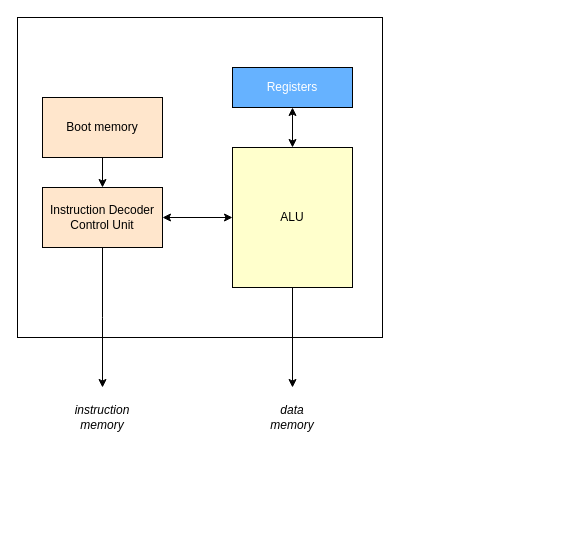
The draw.io diagram page "Overview" (1 of 3) of doc/friscv.drawio in dpretet/friscv, before the edit. Source tidied: cells renumbered, new cells numbered last; positions are measured from the earlier drawing's top-left corner, leaving out a move shared by most shapes. Both pictures are drawn from the tidied source at 100%, with x=0, y=0 at pixel (17, 17).
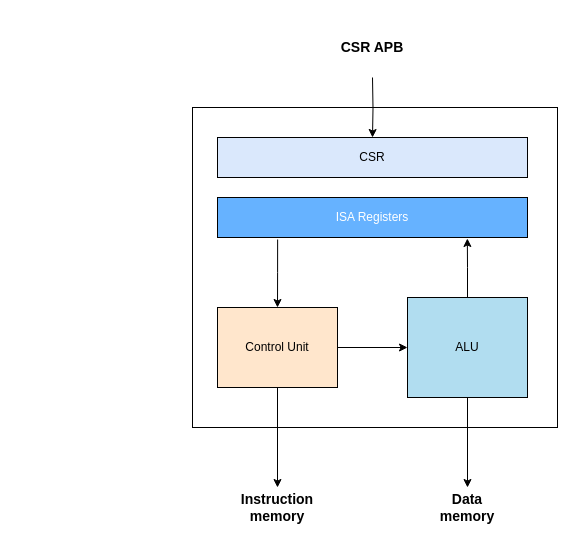
After the change.

Change to the diagram source:
```diff
@@
 <mxGraphModel>
   <root>
     <mxCell id="0" />
     <mxCell id="1" parent="0" />
     <mxCell id="2" style="rounded=0;whiteSpace=wrap;html=1;" parent="1" vertex="1">
-      <mxGeometry width="365" height="320" as="geometry" />
+      <mxGeometry x="175" y="90" width="365" height="320" as="geometry" />
     </mxCell>
-    <mxCell id="3" style="edgeStyle=orthogonalEdgeStyle;rounded=0;jettySize=auto;html=1;startArrow=none;startFill=0;" parent="1" edge="1" source="5">
-      <mxGeometry relative="1" as="geometry">
-        <mxPoint x="275" y="370" as="targetPoint" />
-      </mxGeometry>
+    <mxCell id="3" style="edgeStyle=orthogonalEdgeStyle;rounded=0;jettySize=auto;html=1;startArrow=none;startFill=0;entryX=0.5;entryY=0;entryDx=0;entryDy=0;" parent="1" edge="1" source="5" target="11">
+      <mxGeometry relative="1" as="geometry" />
     </mxCell>
-    <mxCell id="4" style="edgeStyle=orthogonalEdgeStyle;rounded=0;jettySize=auto;html=1;startArrow=classic;startFill=1;endArrow=classic;endFill=1;fontColor=#FFFFFF;" parent="1" edge="1" source="5" target="10">
+    <mxCell id="4" style="edgeStyle=orthogonalEdgeStyle;rounded=0;jettySize=auto;html=1;startArrow=none;startFill=0;endArrow=classic;endFill=1;fontColor=#FFFFFF;entryX=0.806;entryY=1.025;entryDx=0;entryDy=0;entryPerimeter=0;" parent="1" edge="1" source="5" target="10">
       <mxGeometry relative="1" as="geometry" />
     </mxCell>
-    <mxCell id="5" value="ALU" style="rounded=0;whiteSpace=wrap;html=1;fillColor=#FFFFCC;" parent="1" vertex="1">
-      <mxGeometry x="215" y="130" width="120" height="140" as="geometry" />
+    <mxCell id="5" value="ALU" style="rounded=0;whiteSpace=wrap;html=1;fillColor=#b1ddf0;" parent="1" vertex="1">
+      <mxGeometry x="390" y="280" width="120" height="100" as="geometry" />
     </mxCell>
-    <mxCell id="6" style="edgeStyle=orthogonalEdgeStyle;rounded=0;jettySize=auto;html=1;startArrow=classic;startFill=1;" parent="1" edge="1" source="7" target="5">
+    <mxCell id="6" style="edgeStyle=orthogonalEdgeStyle;rounded=0;jettySize=auto;html=1;startArrow=none;startFill=0;" parent="1" edge="1" source="7" target="5">
       <mxGeometry relative="1" as="geometry" />
     </mxCell>
+    <mxCell id="15" style="edgeStyle=orthogonalEdgeStyle;rounded=0;jettySize=auto;html=1;exitX=0.194;exitY=1.05;exitDx=0;exitDy=0;entryX=0.5;entryY=0;entryDx=0;entryDy=0;startArrow=none;startFill=0;exitPerimeter=0;" parent="1" edge="1" source="10" target="7">
+      <mxGeometry relative="1" as="geometry" />
+    </mxCell>
-    <mxCell id="7" value="Instruction Decoder&lt;br&gt;Control Unit" style="rounded=0;whiteSpace=wrap;html=1;fillColor=#FFE6CC;" parent="1" vertex="1">
-      <mxGeometry x="25" y="170" width="120" height="60" as="geometry" />
+    <mxCell id="7" value="Control Unit" style="rounded=0;whiteSpace=wrap;html=1;fillColor=#FFE6CC;" parent="1" vertex="1">
+      <mxGeometry x="200" y="290" width="120" height="80" as="geometry" />
     </mxCell>
-    <mxCell id="8" style="edgeStyle=orthogonalEdgeStyle;rounded=0;jettySize=auto;html=1;entryX=0.5;entryY=1;entryDx=0;entryDy=0;exitX=0.5;exitY=1;exitDx=0;exitDy=0;" parent="1" edge="1" source="7">
-      <mxGeometry relative="1" as="geometry">
-        <mxPoint x="85" y="370" as="targetPoint" />
-      </mxGeometry>
+    <mxCell id="8" style="edgeStyle=orthogonalEdgeStyle;rounded=0;jettySize=auto;html=1;entryX=0.5;entryY=0;entryDx=0;entryDy=0;exitX=0.5;exitY=1;exitDx=0;exitDy=0;" parent="1" edge="1" source="7" target="14">
+      <mxGeometry relative="1" as="geometry" />
     </mxCell>
     <mxCell id="9" style="edgeStyle=orthogonalEdgeStyle;rounded=0;orthogonalLoop=1;jettySize=auto;html=1;" parent="1" edge="1">
       <mxGeometry relative="1" as="geometry">
         <mxPoint x="535" y="360" as="sourcePoint" />
       </mxGeometry>
     </mxCell>
-    <mxCell id="10" value="Registers" style="rounded=0;whiteSpace=wrap;html=1;fillColor=#66B2FF;fontColor=#FFFFFF;" parent="1" vertex="1">
-      <mxGeometry x="215" y="50" width="120" height="40" as="geometry" />
+    <mxCell id="10" value="ISA Registers" style="rounded=0;whiteSpace=wrap;html=1;fillColor=#66B2FF;fontColor=#FFFFFF;" parent="1" vertex="1">
+      <mxGeometry x="200" y="180" width="310" height="40" as="geometry" />
     </mxCell>
-    <mxCell id="11" value="data memory" style="text;html=1;strokeColor=none;fillColor=none;align=center;verticalAlign=middle;whiteSpace=wrap;rounded=0;fontStyle=2;" parent="1" vertex="1">
-      <mxGeometry x="240" y="390" width="70" height="20" as="geometry" />
+    <mxCell id="11" value="Data memory" style="text;html=1;strokeColor=none;fillColor=none;align=center;verticalAlign=middle;whiteSpace=wrap;rounded=0;fontStyle=1;fontSize=14;" parent="1" vertex="1">
+      <mxGeometry x="415" y="470" width="70" height="40" as="geometry" />
     </mxCell>
-    <mxCell id="12" style="edgeStyle=orthogonalEdgeStyle;rounded=0;jettySize=auto;html=1;startArrow=classic;startFill=1;endArrow=none;endFill=0;" parent="1" edge="1" source="7" target="13">
-      <mxGeometry relative="1" as="geometry" />
-    </mxCell>
-    <mxCell id="13" value="Boot memory" style="rounded=0;whiteSpace=wrap;html=1;fillColor=#FFE6CC;" parent="1" vertex="1">
-      <mxGeometry x="25" y="80" width="120" height="60" as="geometry" />
-    </mxCell>
-    <mxCell id="14" value="instruction memory" style="text;html=1;strokeColor=none;fillColor=none;align=center;verticalAlign=middle;whiteSpace=wrap;rounded=0;fontStyle=2;" parent="1" vertex="1">
-      <mxGeometry x="50" y="390" width="70" height="20" as="geometry" />
+    <mxCell id="14" value="Instruction memory" style="text;html=1;strokeColor=none;fillColor=none;align=center;verticalAlign=middle;whiteSpace=wrap;rounded=0;fontStyle=1;fontSize=14;" parent="1" vertex="1">
+      <mxGeometry x="225" y="470" width="70" height="40" as="geometry" />
     </mxCell>
+    <mxCell id="16" style="edgeStyle=orthogonalEdgeStyle;rounded=0;jettySize=auto;html=1;exitX=0.5;exitY=0;exitDx=0;exitDy=0;startArrow=none;startFill=0;fontSize=14;entryX=0.5;entryY=0;entryDx=0;entryDy=0;" parent="1" edge="1" target="17">
+      <mxGeometry relative="1" as="geometry">
+        <mxPoint x="355" y="60" as="sourcePoint" />
+      </mxGeometry>
+    </mxCell>
+    <mxCell id="17" value="CSR" style="rounded=0;whiteSpace=wrap;html=1;fillColor=#dae8fc;" parent="1" vertex="1">
+      <mxGeometry x="200" y="120" width="310" height="40" as="geometry" />
+    </mxCell>
+    <mxCell id="18" value="CSR APB" style="text;html=1;strokeColor=none;fillColor=none;align=center;verticalAlign=middle;whiteSpace=wrap;rounded=0;fontStyle=1;fontSize=14;" parent="1" vertex="1">
+      <mxGeometry x="320" y="10" width="70" height="40" as="geometry" />
+    </mxCell>
   </root>
 </mxGraphModel>
```
